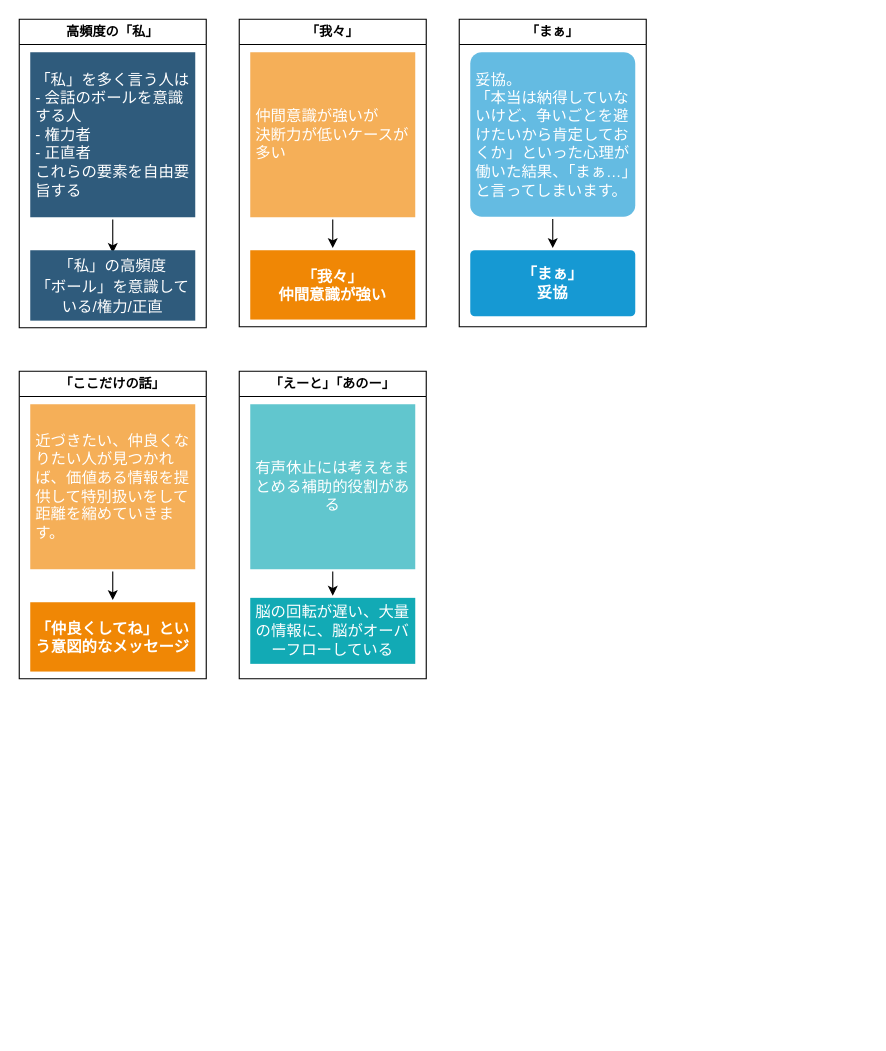
minegishirei/draw_v1 keeps this draw.io diagram as page "words" (3 of 3) of psy/read.drawio. Above is the earlier version. Source tidied: cells renumbered, new cells numbered last; positions are measured from the earlier drawing's top-left corner, leaving out a move shared by most shapes. Both pictures are drawn from the tidied source at 110%, with x=0, y=0 at pixel (19, 19).
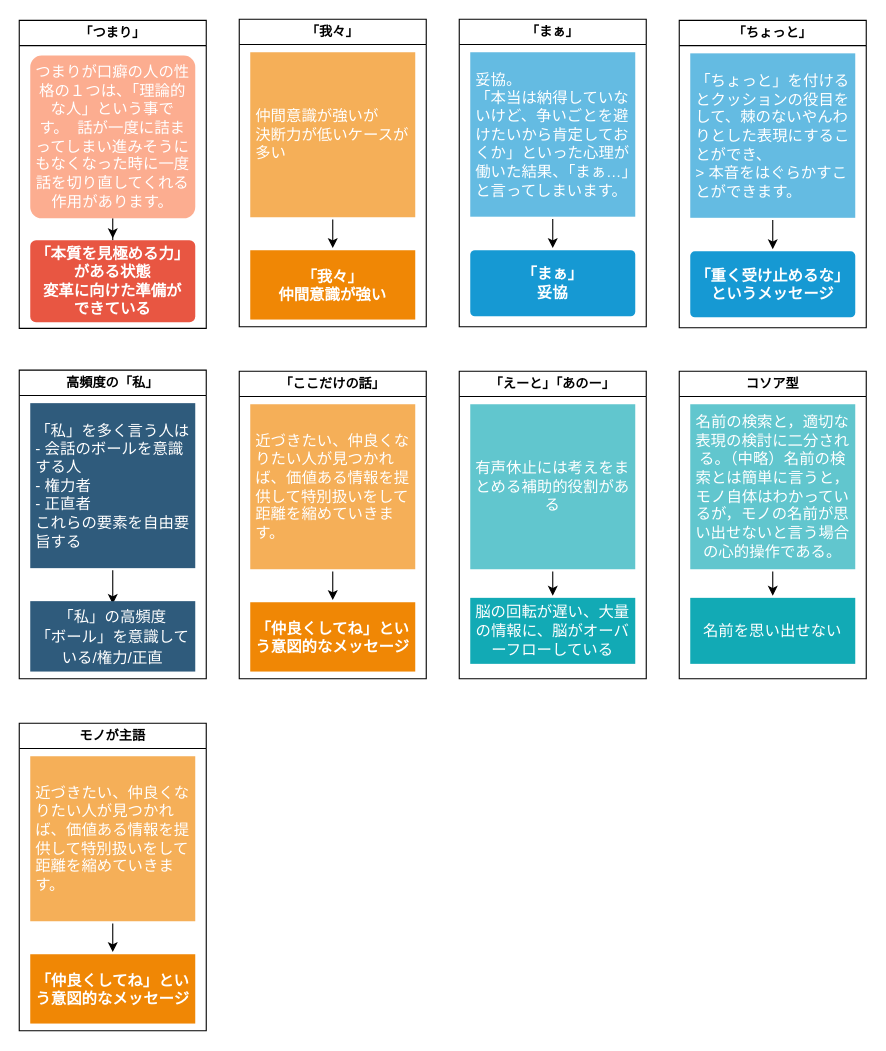
After the change.

Commit message:
read.drawio を更新します

Unchanged cells that the change refers to:
```xml
<mxCell id="10" value="「まぁ」" style="swimlane;whiteSpace=wrap;html=1;" parent="1" vertex="1">
  <mxGeometry x="400" width="170" height="279.5" as="geometry" />
</mxCell>
```

Diff of the diagram source:
```diff
@@
     <mxCell id="2" value="高頻度の「私」" style="swimlane;whiteSpace=wrap;html=1;" parent="1" vertex="1">
-      <mxGeometry width="170" height="280.5" as="geometry" />
+      <mxGeometry y="319" width="170" height="280.5" as="geometry" />
     </mxCell>
@@
-    <mxCell id="13" value="&lt;div&gt;妥協。&lt;/div&gt;&lt;div&gt;「本当は納得していないけど、争いごとを避けたいから肯定しておくか」といった心理が働いた結果、「まぁ…」と言ってしまいます。&lt;/div&gt;" style="rounded=1;whiteSpace=wrap;html=1;shadow=0;labelBackgroundColor=none;strokeColor=none;strokeWidth=3;fillColor=#64bbe2;fontFamily=Helvetica;fontSize=14;fontColor=#FFFFFF;align=left;spacing=5;arcSize=7;perimeterSpacing=2;" parent="10" vertex="1">
+    <mxCell id="13" value="&lt;div&gt;妥協。&lt;/div&gt;&lt;div&gt;「本当は納得していないけど、争いごとを避けたいから肯定しておくか」といった心理が働いた結果、「まぁ…」と言ってしまいます。&lt;/div&gt;" style="rounded=1;whiteSpace=wrap;html=1;shadow=0;labelBackgroundColor=none;strokeColor=none;strokeWidth=3;fillColor=#64bbe2;fontFamily=Helvetica;fontSize=14;fontColor=#FFFFFF;align=left;spacing=5;arcSize=0;perimeterSpacing=2;" parent="10" vertex="1">
       <mxGeometry x="10" y="30" width="150" height="149.5" as="geometry" />
     </mxCell>
     <mxCell id="14" value="「ここだけの話」" style="swimlane;whiteSpace=wrap;html=1;" parent="1" vertex="1">
-      <mxGeometry y="320" width="170" height="279.5" as="geometry" />
+      <mxGeometry x="200" y="320" width="170" height="279.5" as="geometry" />
     </mxCell>
@@
     <mxCell id="18" value="「えーと」「あのー」" style="swimlane;whiteSpace=wrap;html=1;" parent="1" vertex="1">
-      <mxGeometry x="200" y="320" width="170" height="279.5" as="geometry" />
+      <mxGeometry x="400" y="320" width="170" height="279.5" as="geometry" />
     </mxCell>
@@
+    <mxCell id="22" value="コソア型" style="swimlane;whiteSpace=wrap;html=1;" parent="1" vertex="1">
+      <mxGeometry x="600" y="320" width="170" height="279.5" as="geometry" />
+    </mxCell>
+    <mxCell id="23" style="edgeStyle=orthogonalEdgeStyle;rounded=0;jettySize=auto;html=1;" parent="22" edge="1" source="24" target="25">
+      <mxGeometry relative="1" as="geometry" />
+    </mxCell>
+    <mxCell id="24" value="&lt;div&gt;名前の検索と，適切な表現の検討に二分される。&lt;span style=&quot;background-color: initial;&quot;&gt;（中略）名前の検索とは簡単に言うと，モノ自体はわかっているが，モノの名前が思い出せないと言う場合の心的操作である。&lt;/span&gt;&lt;/div&gt;" style="rounded=1;whiteSpace=wrap;html=1;shadow=0;labelBackgroundColor=none;strokeColor=none;strokeWidth=3;fillColor=#61c6ce;fontFamily=Helvetica;fontSize=14;fontColor=#FFFFFF;align=center;spacing=5;fontStyle=0;arcSize=0;perimeterSpacing=2;" parent="22" vertex="1">
+      <mxGeometry x="10" y="30" width="150" height="150" as="geometry" />
+    </mxCell>
+    <mxCell id="25" value="&lt;span style=&quot;font-weight: 400;&quot;&gt;名前を思い出せない&lt;/span&gt;" style="rounded=1;whiteSpace=wrap;html=1;shadow=0;labelBackgroundColor=none;strokeColor=none;strokeWidth=3;fillColor=#12aab5;fontFamily=Helvetica;fontSize=14;fontColor=#FFFFFF;align=center;spacing=5;fontStyle=1;arcSize=0;perimeterSpacing=2;" parent="22" vertex="1">
+      <mxGeometry x="10" y="206" width="150" height="60" as="geometry" />
+    </mxCell>
+    <mxCell id="26" value="「ちょっと」" style="swimlane;whiteSpace=wrap;html=1;startSize=23;" parent="1" vertex="1">
+      <mxGeometry x="600" y="1" width="170" height="279.5" as="geometry" />
+    </mxCell>
+    <mxCell id="27" value="「重く受け止めるな」&lt;br&gt;&lt;div&gt;というメッセージ&lt;/div&gt;" style="rounded=1;whiteSpace=wrap;html=1;shadow=0;labelBackgroundColor=none;strokeColor=none;strokeWidth=3;fillColor=#1699d3;fontFamily=Helvetica;fontSize=14;fontColor=#FFFFFF;align=center;spacing=5;fontStyle=1;arcSize=7;perimeterSpacing=2;" parent="26" vertex="1">
+      <mxGeometry x="10" y="210" width="150" height="60" as="geometry" />
+    </mxCell>
+    <mxCell id="28" style="edgeStyle=orthogonalEdgeStyle;rounded=0;jettySize=auto;html=1;entryX=0.5;entryY=0;entryDx=0;entryDy=0;" parent="26" edge="1" source="29" target="27">
+      <mxGeometry relative="1" as="geometry" />
+    </mxCell>
+    <mxCell id="29" value="&lt;div&gt;「ちょっと」を付けるとクッションの役目をして、棘のないやんわりとした表現にすることができ、&lt;/div&gt;&lt;div&gt;&amp;gt; 本音をはぐらかすことができます。&lt;/div&gt;" style="rounded=1;whiteSpace=wrap;html=1;shadow=0;labelBackgroundColor=none;strokeColor=none;strokeWidth=3;fillColor=#64bbe2;fontFamily=Helvetica;fontSize=14;fontColor=#FFFFFF;align=left;spacing=5;arcSize=0;perimeterSpacing=2;" parent="26" vertex="1">
+      <mxGeometry x="10" y="30" width="150" height="149.5" as="geometry" />
+    </mxCell>
+    <mxCell id="30" value="「つまり」" style="swimlane;whiteSpace=wrap;html=1;" parent="1" vertex="1">
+      <mxGeometry y="1" width="170" height="280" as="geometry" />
+    </mxCell>
+    <mxCell id="31" style="edgeStyle=orthogonalEdgeStyle;rounded=0;jettySize=auto;html=1;entryX=0.5;entryY=0;entryDx=0;entryDy=0;" parent="30" edge="1" source="32" target="33">
+      <mxGeometry relative="1" as="geometry" />
+    </mxCell>
+    <mxCell id="32" value="&lt;div&gt;つまりが口癖の人の性格の１つは、「理論的な人」という事です。&lt;span style=&quot;background-color: initial;&quot;&gt;&amp;nbsp;&lt;/span&gt;&lt;span style=&quot;background-color: initial;&quot;&gt;&amp;nbsp;話が一度に詰まってしまい進みそうにもなくなった時に一度話を切り直してくれる作用があります。&lt;/span&gt;&lt;/div&gt;" style="rounded=1;whiteSpace=wrap;html=1;shadow=0;labelBackgroundColor=none;strokeColor=none;strokeWidth=3;fillColor=#FCAD90;fontFamily=Helvetica;fontSize=14;fontColor=#FFFFFF;align=center;spacing=5;arcSize=7;perimeterSpacing=2;" parent="30" vertex="1">
+      <mxGeometry x="10" y="32" width="150" height="148" as="geometry" />
+    </mxCell>
+    <mxCell id="33" value="「本質を見極める力」&lt;div&gt;がある状態&lt;/div&gt;&lt;div&gt;変革に向けた準備が&lt;/div&gt;&lt;div&gt;できている&lt;/div&gt;" style="rounded=1;whiteSpace=wrap;html=1;shadow=0;labelBackgroundColor=none;strokeColor=none;strokeWidth=3;fillColor=#e85642;fontFamily=Helvetica;fontSize=14;fontColor=#FFFFFF;align=center;spacing=5;fontStyle=1;arcSize=7;perimeterSpacing=2;" parent="30" vertex="1">
+      <mxGeometry x="10" y="200" width="150" height="74.5" as="geometry" />
+    </mxCell>
+    <mxCell id="34" value="モノが主語" style="swimlane;whiteSpace=wrap;html=1;" parent="1" vertex="1">
+      <mxGeometry y="640" width="170" height="279.5" as="geometry" />
+    </mxCell>
+    <mxCell id="35" value="「仲良くしてね」という意図的なメッセージ&lt;div&gt;&lt;/div&gt;" style="rounded=1;whiteSpace=wrap;html=1;shadow=0;labelBackgroundColor=none;strokeColor=none;strokeWidth=3;fillColor=#F08705;fontFamily=Helvetica;fontSize=14;fontColor=#FFFFFF;align=center;spacing=5;fontStyle=1;arcSize=0;perimeterSpacing=2;" parent="34" vertex="1">
+      <mxGeometry x="10" y="210" width="150" height="63" as="geometry" />
+    </mxCell>
+    <mxCell id="36" style="edgeStyle=orthogonalEdgeStyle;rounded=0;jettySize=auto;html=1;" parent="34" edge="1" source="37" target="35">
+      <mxGeometry relative="1" as="geometry" />
+    </mxCell>
+    <mxCell id="37" value="近づきたい、仲良くなりたい人が見つかれば、価値ある情報を提供して特別扱いをして距離を縮めていきます。" style="rounded=1;whiteSpace=wrap;html=1;shadow=0;labelBackgroundColor=none;strokeColor=none;strokeWidth=3;fillColor=#f5af58;fontFamily=Helvetica;fontSize=14;fontColor=#FFFFFF;align=left;spacing=5;arcSize=0;perimeterSpacing=2;" parent="34" vertex="1">
+      <mxGeometry x="10" y="30" width="150" height="150" as="geometry" />
+    </mxCell>
```
